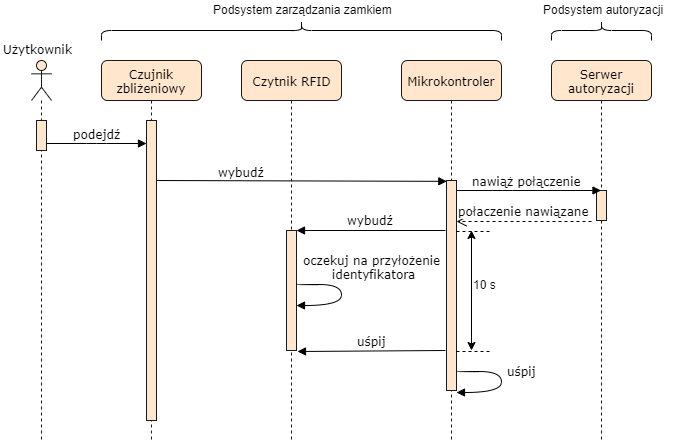
The draw.io diagram docs/chapters/images/sequence2.png in adapiekarska/centralized-lock-system, before a commit. Source tidied: cells renumbered, new cells last; positions are measured from the earlier drawing's top-left corner, leaving out a move shared by most shapes.
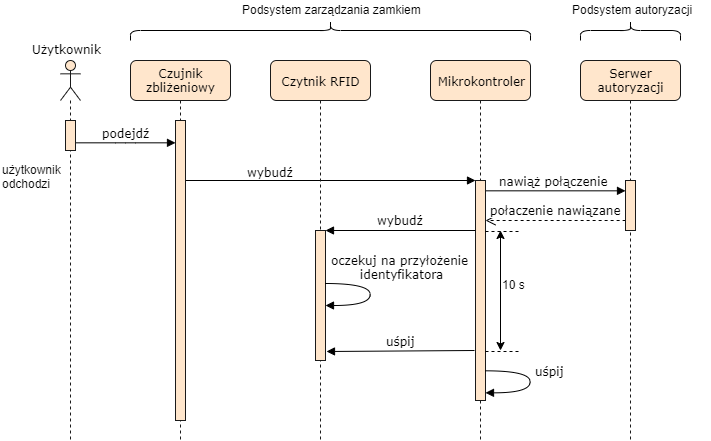
Later version of the same file.

Commit message:
Modyfing sequence diagrams, writing chapter 4

Diff of the diagram source:
```diff
@@ -2,23 +2,21 @@
   <root>
     <mxCell id="0" />
     <mxCell id="1" parent="0" />
-    <mxCell id="2" value="&lt;font face=&quot;Verdana&quot; style=&quot;font-size: 12px&quot;&gt;połaczenie nawiązane&lt;/font&gt;" style="html=1;verticalAlign=bottom;endArrow=open;dashed=1;endSize=8;" parent="1" edge="1" target="9">
-      <mxGeometry relative="1" as="geometry">
-        <mxPoint x="590" y="221" as="sourcePoint" />
-      </mxGeometry>
+    <mxCell id="2" value="&lt;font face=&quot;Verdana&quot; style=&quot;font-size: 12px&quot;&gt;połaczenie nawiązane&lt;/font&gt;" style="html=1;verticalAlign=bottom;endArrow=open;dashed=1;endSize=8;exitX=0.012;exitY=0.8;exitDx=0;exitDy=0;exitPerimeter=0;" parent="1" edge="1" source="4" target="9">
+      <mxGeometry relative="1" as="geometry" />
     </mxCell>
     <mxCell id="3" value="Serwer autoryzacji" style="shape=umlLifeline;perimeter=lifelinePerimeter;whiteSpace=wrap;html=1;outlineConnect=0;rounded=1;shadow=0;comic=0;labelBackgroundColor=none;strokeColor=#1A1A1A;strokeWidth=1;fillColor=#ffe6cc;fontFamily=Verdana;fontSize=12;align=center;" parent="1" vertex="1">
       <mxGeometry x="550" y="60" width="100" height="380" as="geometry" />
     </mxCell>
     <mxCell id="4" style="html=1;points=[];perimeter=orthogonalPerimeter;rounded=0;shadow=0;comic=0;labelBackgroundColor=none;strokeColor=#1A1A1A;strokeWidth=1;fillColor=#ffe6cc;fontFamily=Verdana;fontSize=12;align=center;" parent="3" vertex="1">
-      <mxGeometry x="45" y="130" width="10" height="30" as="geometry" />
+      <mxGeometry x="45" y="120" width="10" height="50" as="geometry" />
     </mxCell>
-    <mxCell id="5" value="nawiąż połączenie" style="html=1;verticalAlign=bottom;endArrow=block;labelBackgroundColor=none;fontFamily=Verdana;fontSize=12;edgeStyle=elbowEdgeStyle;elbow=vertical;" parent="1" edge="1" target="3">
+    <mxCell id="5" value="nawiąż połączenie" style="html=1;verticalAlign=bottom;endArrow=block;labelBackgroundColor=none;fontFamily=Verdana;fontSize=12;edgeStyle=elbowEdgeStyle;elbow=vertical;" parent="1" edge="1" target="4">
       <mxGeometry relative="1" as="geometry">
         <mxPoint x="451.5" y="190" as="sourcePoint" />
       </mxGeometry>
     </mxCell>
-    <mxCell id="6" value="wybudź" style="html=1;verticalAlign=bottom;endArrow=block;labelBackgroundColor=none;fontFamily=Verdana;fontSize=12;elbow=vertical;entryX=0.033;entryY=0.004;entryDx=0;entryDy=0;entryPerimeter=0;" parent="1" edge="1" target="9">
+    <mxCell id="6" value="wybudź" style="html=1;verticalAlign=bottom;endArrow=block;labelBackgroundColor=none;fontFamily=Verdana;fontSize=12;elbow=vertical;" parent="1" edge="1" target="9">
       <mxGeometry x="-0.39" y="-1" relative="1" as="geometry">
         <mxPoint x="150" y="180" as="sourcePoint" />
       </mxGeometry>
@@ -30,7 +28,7 @@
       <mxGeometry x="400" y="60" width="100" height="380" as="geometry" />
     </mxCell>
     <mxCell id="9" style="html=1;points=[];perimeter=orthogonalPerimeter;rounded=0;shadow=0;comic=0;labelBackgroundColor=none;strokeColor=#1A1A1A;strokeWidth=1;fillColor=#ffe6cc;fontFamily=Verdana;fontSize=12;align=center;" parent="8" vertex="1">
-      <mxGeometry x="45" y="120" width="10" height="210" as="geometry" />
+      <mxGeometry x="45" y="120" width="10" height="220" as="geometry" />
     </mxCell>
     <mxCell id="10" value="Czujnik zbliżeniowy" style="shape=umlLifeline;perimeter=lifelinePerimeter;whiteSpace=wrap;html=1;rounded=1;shadow=0;comic=0;labelBackgroundColor=none;strokeColor=#1A1A1A;strokeWidth=1;fillColor=#ffe6cc;fontFamily=Verdana;fontSize=12;align=center;" parent="1" vertex="1">
       <mxGeometry x="100" y="60" width="100" height="380" as="geometry" />
@@ -48,12 +46,10 @@
       <mxGeometry x="5" y="60" width="10" height="30" as="geometry" />
     </mxCell>
     <mxCell id="15" style="html=1;points=[];perimeter=orthogonalPerimeter;fillColor=#ffe6cc;strokeColor=#1A1A1A;" parent="1" vertex="1">
-      <mxGeometry x="285" y="230" width="10" height="120" as="geometry" />
+      <mxGeometry x="285" y="230" width="10" height="130" as="geometry" />
     </mxCell>
-    <mxCell id="16" value="&lt;font face=&quot;Verdana&quot; style=&quot;font-size: 12px&quot;&gt;wybudź&lt;/font&gt;" style="html=1;verticalAlign=bottom;endArrow=block;entryX=1;entryY=0;" parent="1" edge="1" target="15">
-      <mxGeometry relative="1" as="geometry">
-        <mxPoint x="444" y="230" as="sourcePoint" />
-      </mxGeometry>
+    <mxCell id="16" value="&lt;font face=&quot;Verdana&quot; style=&quot;font-size: 12px&quot;&gt;wybudź&lt;/font&gt;" style="html=1;verticalAlign=bottom;endArrow=block;entryX=1;entryY=0;" parent="1" edge="1" source="9" target="15">
+      <mxGeometry relative="1" as="geometry" />
     </mxCell>
     <mxCell id="17" value="oczekuj na przyłożenie&lt;br&gt;&amp;nbsp;identyfikatora" style="html=1;verticalAlign=bottom;endArrow=block;labelBackgroundColor=none;fontFamily=Verdana;fontSize=12;elbow=vertical;edgeStyle=orthogonalEdgeStyle;curved=1;entryX=1;entryY=0.73;entryDx=0;entryDy=0;entryPerimeter=0;" parent="1" edge="1">
       <mxGeometry x="-0.18" y="30" relative="1" as="geometry">
@@ -117,5 +113,8 @@
     <mxCell id="28" value="Podsystem autoryzacji" style="text;html=1;align=left;verticalAlign=top;spacingTop=-4;" parent="1" vertex="1">
       <mxGeometry x="540" width="140" height="20" as="geometry" />
     </mxCell>
+    <mxCell id="29" value="użytkownik&lt;br&gt;odchodzi" style="text;html=1;align=left;verticalAlign=top;spacingTop=-4;" parent="1" vertex="1">
+      <mxGeometry x="-30" y="160" width="70" height="30" as="geometry" />
+    </mxCell>
   </root>
 </mxGraphModel>
```
